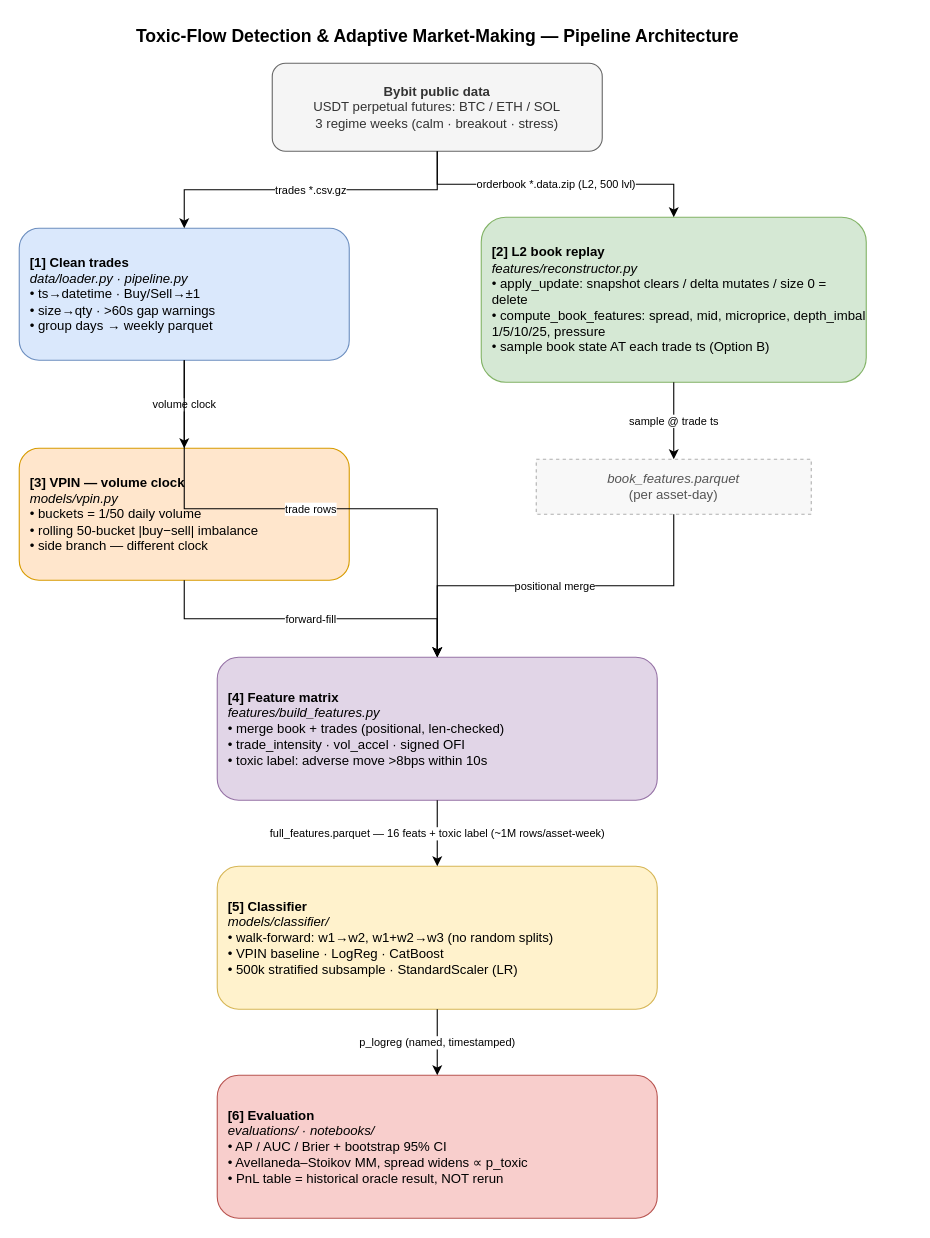
The draw.io diagram docs/architecture.drawio in ATGBOOM/toxic-flow-adaptive-mm, before the edit. Source tidied: cells renumbered, new cells numbered last; positions are measured from the earlier drawing's top-left corner, leaving out a move shared by most shapes. Both pictures are drawn from the tidied source at 110%, with x=0, y=0 at pixel (19, 19).
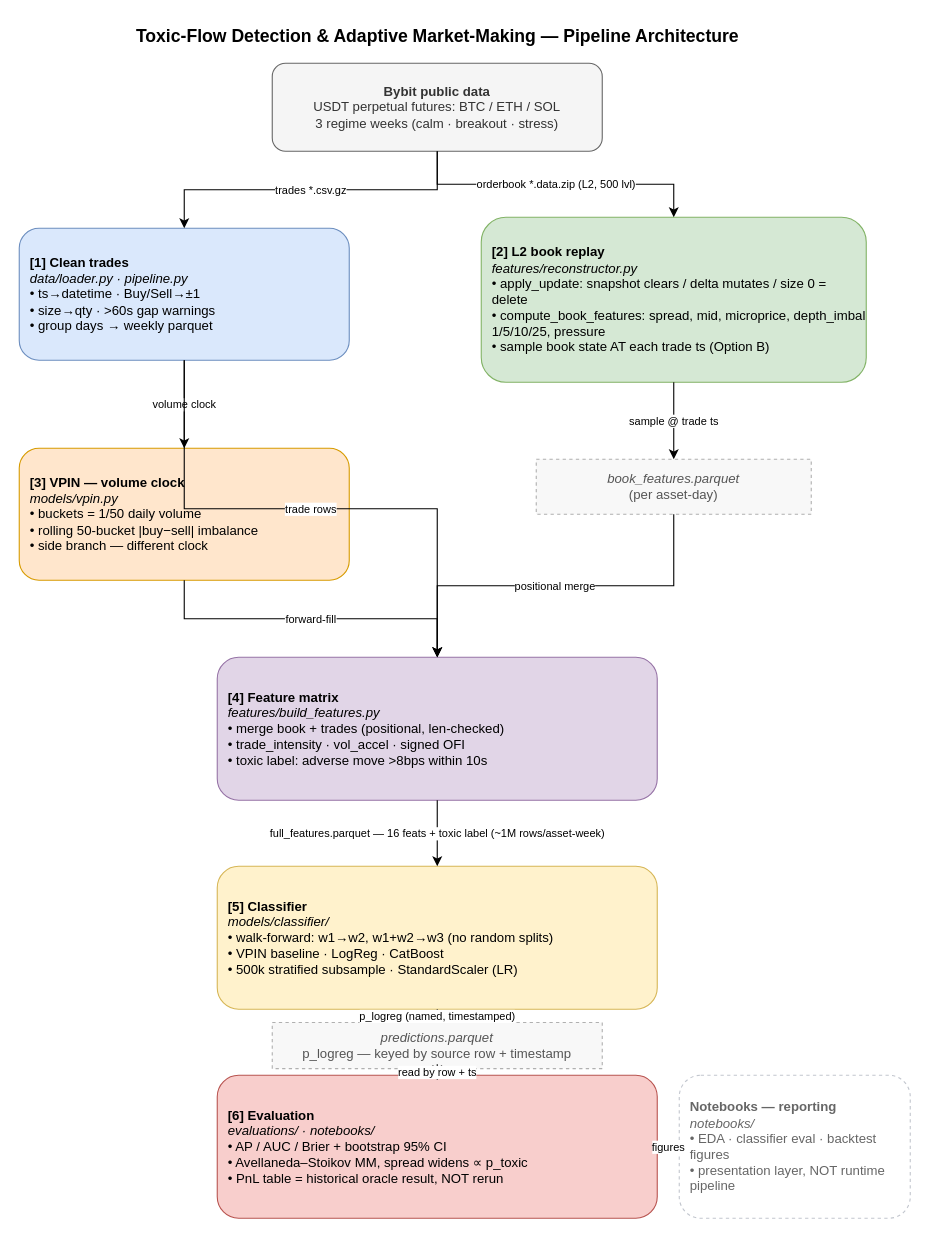
The same diagram, later.

Commit message (it also covers changes not shown here):
Add interview-prep notes and surface the prediction artifact in the architecture

Unchanged cells that the change refers to:
```xml
<mxCell id="9" value="&lt;b&gt;[5] Classifier&lt;/b&gt;&lt;br&gt;&lt;i&gt;models/classifier/&lt;/i&gt;&lt;br&gt;• walk-forward: w1→w2, w1+w2→w3 (no random splits)&lt;br&gt;• VPIN baseline · LogReg · CatBoost&lt;br&gt;• 500k stratified subsample · StandardScaler (LR)" style="rounded=1;whiteSpace=wrap;html=1;fillColor=#fff2cc;strokeColor=#d6b656;align=left;spacingLeft=8;" parent="1" vertex="1">
  <mxGeometry x="180" y="770" width="400" height="130" as="geometry" />
</mxCell>
<mxCell id="10" value="&lt;b&gt;[6] Evaluation&lt;/b&gt;&lt;br&gt;&lt;i&gt;evaluations/ · notebooks/&lt;/i&gt;&lt;br&gt;• AP / AUC / Brier + bootstrap 95% CI&lt;br&gt;• Avellaneda–Stoikov MM, spread widens ∝ p_toxic&lt;br&gt;• PnL table = historical oracle result, NOT rerun" style="rounded=1;whiteSpace=wrap;html=1;fillColor=#f8cecc;strokeColor=#b85450;align=left;spacingLeft=8;" parent="1" vertex="1">
  <mxGeometry x="180" y="960" width="400" height="130" as="geometry" />
</mxCell>
```

Diff of the diagram source:
```diff
@@
+    <mxCell id="20" value="&lt;i&gt;predictions.parquet&lt;/i&gt;&lt;br&gt;p_logreg — keyed by source row + timestamp" style="rounded=0;whiteSpace=wrap;html=1;fillColor=#f8f8f8;strokeColor=#b0b0b0;dashed=1;fontColor=#555555;" parent="1" vertex="1">
+      <mxGeometry x="230" y="912" width="300" height="42" as="geometry" />
+    </mxCell>
+    <mxCell id="21" value="&lt;b&gt;Notebooks — reporting&lt;/b&gt;&lt;br&gt;&lt;i&gt;notebooks/&lt;/i&gt;&lt;br&gt;• EDA · classifier eval · backtest figures&lt;br&gt;• presentation layer, NOT runtime pipeline" style="rounded=1;whiteSpace=wrap;html=1;fillColor=#ffffff;strokeColor=#c2c6ce;dashed=1;fontColor=#666666;align=left;spacingLeft=8;" parent="1" vertex="1">
+      <mxGeometry x="600" y="960" width="210" height="130" as="geometry" />
+    </mxCell>
-    <mxCell id="19" value="p_logreg (named, timestamped)" style="edgeStyle=orthogonalEdgeStyle;rounded=0;html=1;fontSize=10;" parent="1" edge="1" source="9" target="10">
+    <mxCell id="19" value="p_logreg (named, timestamped)" style="edgeStyle=orthogonalEdgeStyle;rounded=0;html=1;fontSize=10;" parent="1" edge="1" source="9" target="20">
       <mxGeometry relative="1" as="geometry" />
     </mxCell>
+    <mxCell id="22" value="read by row + ts" style="edgeStyle=orthogonalEdgeStyle;rounded=0;html=1;fontSize=10;" parent="1" edge="1" source="20" target="10">
+      <mxGeometry relative="1" as="geometry" />
+    </mxCell>
+    <mxCell id="23" value="figures" style="edgeStyle=orthogonalEdgeStyle;rounded=0;html=1;fontSize=10;dashed=1;" parent="1" edge="1" source="10" target="21">
+      <mxGeometry relative="1" as="geometry" />
+    </mxCell>
```
